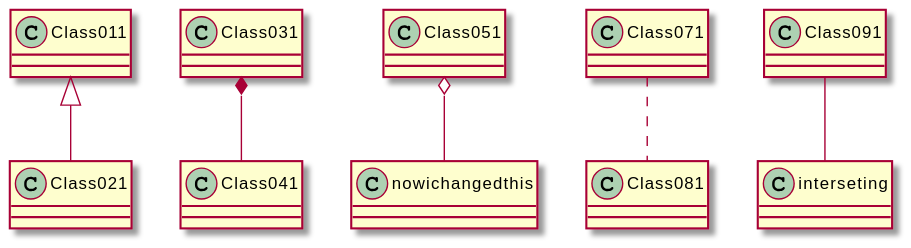
Earlier version of the PlantUML export meilenstein_03/sub/pumltest2.svg (weichware10/meilensteine).
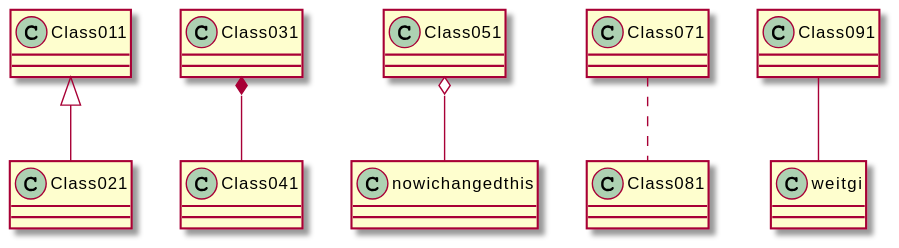
The same diagram one commit later.

Commit message:
Render PlantUML SVGs

What changed in the source:
```diff
@@ -3,5 +3,5 @@
 Class031 *-- Class041
 Class051 o-- nowichangedthis
 Class071 .. Class081
-Class091 -- interseting
+Class091 -- weitgi
 @enduml
```
